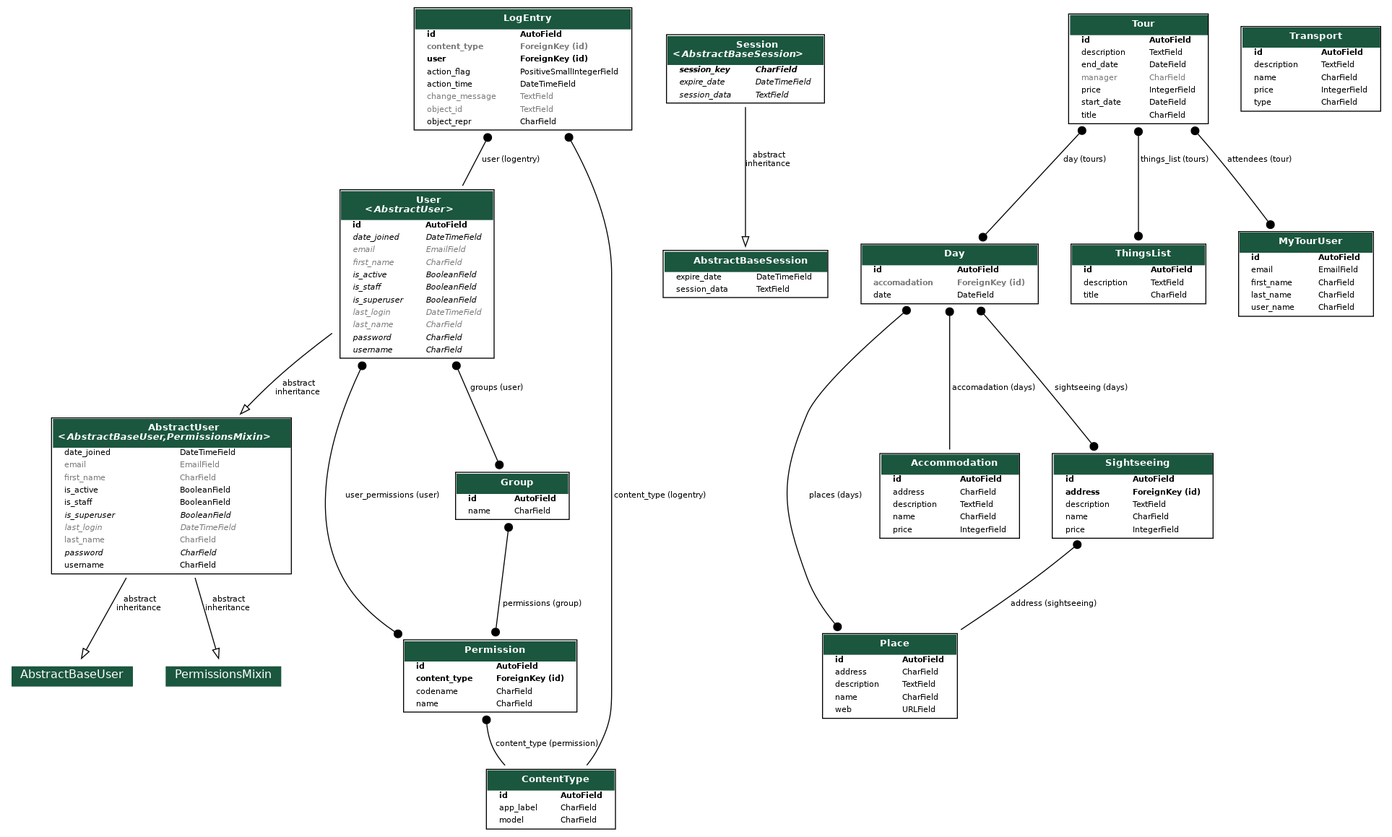
Earlier version of the Graphviz export mytour_website/myapp_models.png (wojti1728/mytour_website). Its source is kept beside it as mytour_website/myapp_models.dot.
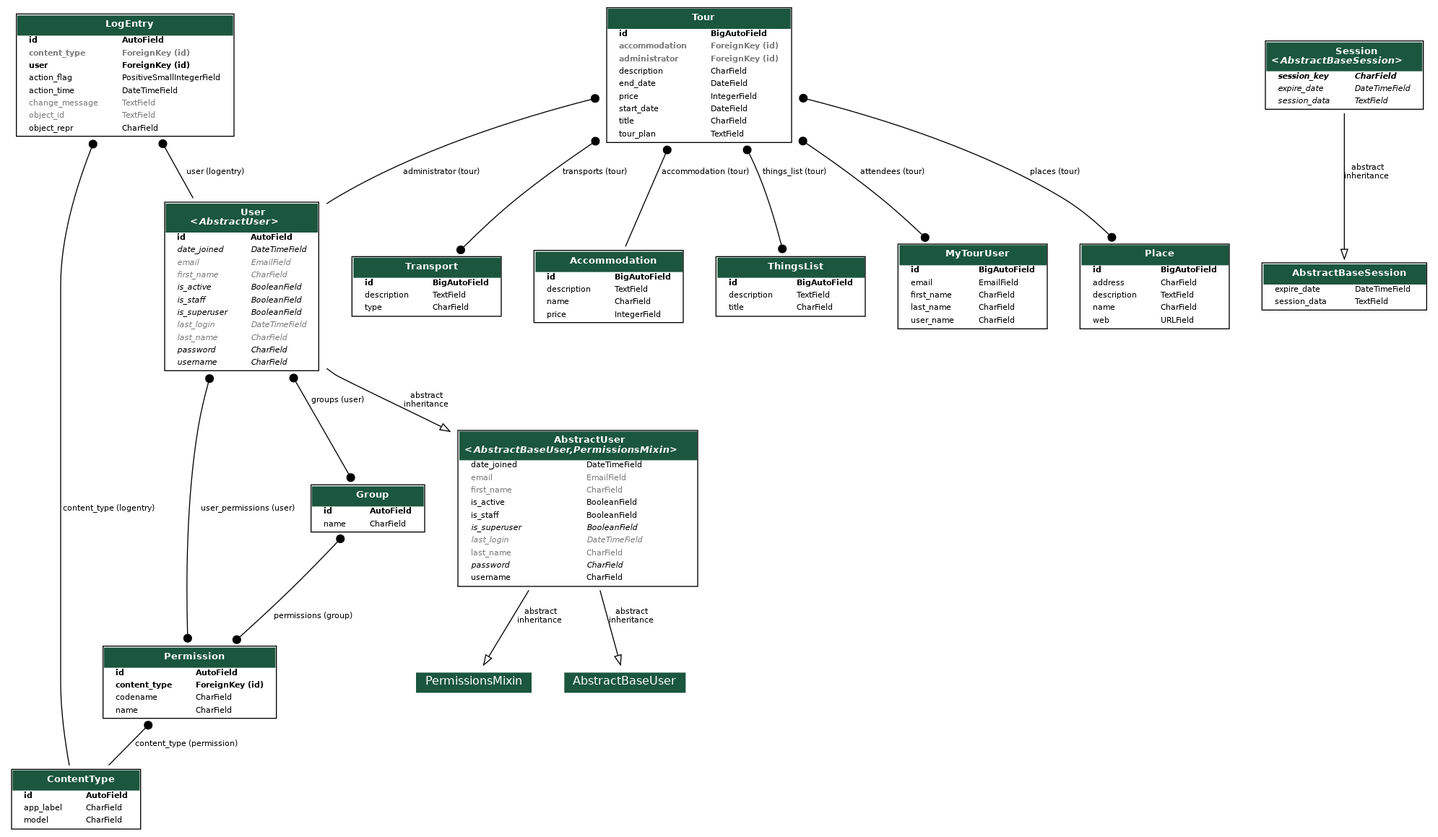
After the change.

The edit, as a diff of the source:
```diff
@@ -465,7 +465,7 @@
     <TR><TD ALIGN="LEFT" BORDER="0">
     <FONT FACE="Roboto"><B>id</B></FONT>
     </TD><TD ALIGN="LEFT">
-    <FONT FACE="Roboto"><B>AutoField</B></FONT>
+    <FONT FACE="Roboto"><B>BigAutoField</B></FONT>
     </TD></TR>
 
 
@@ -515,7 +515,7 @@
     <TR><TD ALIGN="LEFT" BORDER="0">
     <FONT FACE="Roboto"><B>id</B></FONT>
     </TD><TD ALIGN="LEFT">
-    <FONT FACE="Roboto"><B>AutoField</B></FONT>
+    <FONT FACE="Roboto"><B>BigAutoField</B></FONT>
     </TD></TR>
 
 
@@ -529,6 +529,40 @@
 
 
     <TR><TD ALIGN="LEFT" BORDER="0">
+    <FONT FACE="Roboto">type</FONT>
+    </TD><TD ALIGN="LEFT">
+    <FONT FACE="Roboto">CharField</FONT>
+    </TD></TR>
+
+
+    </TABLE>
+    >]
+
+  tours_models_Accommodation [label=<
+    <TABLE BGCOLOR="white" BORDER="1" CELLBORDER="0" CELLSPACING="0">
+    <TR><TD COLSPAN="2" CELLPADDING="5" ALIGN="CENTER" BGCOLOR="#1b563f">
+    <FONT FACE="Roboto" COLOR="white" POINT-SIZE="10"><B>
+    Accommodation
+    </B></FONT></TD></TR>
+
+
+    <TR><TD ALIGN="LEFT" BORDER="0">
+    <FONT FACE="Roboto"><B>id</B></FONT>
+    </TD><TD ALIGN="LEFT">
+    <FONT FACE="Roboto"><B>BigAutoField</B></FONT>
+    </TD></TR>
+
+
+
+    <TR><TD ALIGN="LEFT" BORDER="0">
+    <FONT FACE="Roboto">description</FONT>
+    </TD><TD ALIGN="LEFT">
+    <FONT FACE="Roboto">TextField</FONT>
+    </TD></TR>
+
+
+
+    <TR><TD ALIGN="LEFT" BORDER="0">
     <FONT FACE="Roboto">name</FONT>
     </TD><TD ALIGN="LEFT">
     <FONT FACE="Roboto">CharField</FONT>
@@ -543,37 +577,21 @@
     </TD></TR>
 
 
-
-    <TR><TD ALIGN="LEFT" BORDER="0">
-    <FONT FACE="Roboto">type</FONT>
-    </TD><TD ALIGN="LEFT">
-    <FONT FACE="Roboto">CharField</FONT>
-    </TD></TR>
-
-
-    </TABLE>
-    >]
-
-  tours_models_Accommodation [label=<
-    <TABLE BGCOLOR="white" BORDER="1" CELLBORDER="0" CELLSPACING="0">
-    <TR><TD COLSPAN="2" CELLPADDING="5" ALIGN="CENTER" BGCOLOR="#1b563f">
-    <FONT FACE="Roboto" COLOR="white" POINT-SIZE="10"><B>
-    Accommodation
-    </B></FONT></TD></TR>
-
-
-    <TR><TD ALIGN="LEFT" BORDER="0">
-    <FONT FACE="Roboto"><B>id</B></FONT>
-    </TD><TD ALIGN="LEFT">
-    <FONT FACE="Roboto"><B>AutoField</B></FONT>
-    </TD></TR>
-
-
-
-    <TR><TD ALIGN="LEFT" BORDER="0">
-    <FONT FACE="Roboto">address</FONT>
-    </TD><TD ALIGN="LEFT">
-    <FONT FACE="Roboto">CharField</FONT>
+    </TABLE>
+    >]
+
+  tours_models_ThingsList [label=<
+    <TABLE BGCOLOR="white" BORDER="1" CELLBORDER="0" CELLSPACING="0">
+    <TR><TD COLSPAN="2" CELLPADDING="5" ALIGN="CENTER" BGCOLOR="#1b563f">
+    <FONT FACE="Roboto" COLOR="white" POINT-SIZE="10"><B>
+    ThingsList
+    </B></FONT></TD></TR>
+
+
+    <TR><TD ALIGN="LEFT" BORDER="0">
+    <FONT FACE="Roboto"><B>id</B></FONT>
+    </TD><TD ALIGN="LEFT">
+    <FONT FACE="Roboto"><B>BigAutoField</B></FONT>
     </TD></TR>
 
 
@@ -587,9 +605,109 @@
 
 
     <TR><TD ALIGN="LEFT" BORDER="0">
-    <FONT FACE="Roboto">name</FONT>
-    </TD><TD ALIGN="LEFT">
-    <FONT FACE="Roboto">CharField</FONT>
+    <FONT FACE="Roboto">title</FONT>
+    </TD><TD ALIGN="LEFT">
+    <FONT FACE="Roboto">CharField</FONT>
+    </TD></TR>
+
+
+    </TABLE>
+    >]
+
+  tours_models_MyTourUser [label=<
+    <TABLE BGCOLOR="white" BORDER="1" CELLBORDER="0" CELLSPACING="0">
+    <TR><TD COLSPAN="2" CELLPADDING="5" ALIGN="CENTER" BGCOLOR="#1b563f">
+    <FONT FACE="Roboto" COLOR="white" POINT-SIZE="10"><B>
+    MyTourUser
+    </B></FONT></TD></TR>
+
+
+    <TR><TD ALIGN="LEFT" BORDER="0">
+    <FONT FACE="Roboto"><B>id</B></FONT>
+    </TD><TD ALIGN="LEFT">
+    <FONT FACE="Roboto"><B>BigAutoField</B></FONT>
+    </TD></TR>
+
+
+
+    <TR><TD ALIGN="LEFT" BORDER="0">
+    <FONT FACE="Roboto">email</FONT>
+    </TD><TD ALIGN="LEFT">
+    <FONT FACE="Roboto">EmailField</FONT>
+    </TD></TR>
+
+
+
+    <TR><TD ALIGN="LEFT" BORDER="0">
+    <FONT FACE="Roboto">first_name</FONT>
+    </TD><TD ALIGN="LEFT">
+    <FONT FACE="Roboto">CharField</FONT>
+    </TD></TR>
+
+
+
+    <TR><TD ALIGN="LEFT" BORDER="0">
+    <FONT FACE="Roboto">last_name</FONT>
+    </TD><TD ALIGN="LEFT">
+    <FONT FACE="Roboto">CharField</FONT>
+    </TD></TR>
+
+
+
+    <TR><TD ALIGN="LEFT" BORDER="0">
+    <FONT FACE="Roboto">user_name</FONT>
+    </TD><TD ALIGN="LEFT">
+    <FONT FACE="Roboto">CharField</FONT>
+    </TD></TR>
+
+
+    </TABLE>
+    >]
+
+  tours_models_Tour [label=<
+    <TABLE BGCOLOR="white" BORDER="1" CELLBORDER="0" CELLSPACING="0">
+    <TR><TD COLSPAN="2" CELLPADDING="5" ALIGN="CENTER" BGCOLOR="#1b563f">
+    <FONT FACE="Roboto" COLOR="white" POINT-SIZE="10"><B>
+    Tour
+    </B></FONT></TD></TR>
+
+
+    <TR><TD ALIGN="LEFT" BORDER="0">
+    <FONT FACE="Roboto"><B>id</B></FONT>
+    </TD><TD ALIGN="LEFT">
+    <FONT FACE="Roboto"><B>BigAutoField</B></FONT>
+    </TD></TR>
+
+
+
+    <TR><TD ALIGN="LEFT" BORDER="0">
+    <FONT COLOR="#7B7B7B" FACE="Roboto"><B>accommodation</B></FONT>
+    </TD><TD ALIGN="LEFT">
+    <FONT COLOR="#7B7B7B" FACE="Roboto"><B>ForeignKey (id)</B></FONT>
+    </TD></TR>
+
+
+
+    <TR><TD ALIGN="LEFT" BORDER="0">
+    <FONT COLOR="#7B7B7B" FACE="Roboto"><B>administrator</B></FONT>
+    </TD><TD ALIGN="LEFT">
+    <FONT COLOR="#7B7B7B" FACE="Roboto"><B>ForeignKey (id)</B></FONT>
+    </TD></TR>
+
+
+
+    <TR><TD ALIGN="LEFT" BORDER="0">
+    <FONT FACE="Roboto">description</FONT>
+    </TD><TD ALIGN="LEFT">
+    <FONT FACE="Roboto">CharField</FONT>
+    </TD></TR>
+
+
+
+    <TR><TD ALIGN="LEFT" BORDER="0">
+    <FONT FACE="Roboto">end_date</FONT>
+    </TD><TD ALIGN="LEFT">
+    <FONT FACE="Roboto">DateField</FONT>
     </TD></TR>
 
 
@@ -601,237 +719,27 @@
     </TD></TR>
 
 
-    </TABLE>
-    >]
-
-  tours_models_Sightseeing [label=<
-    <TABLE BGCOLOR="white" BORDER="1" CELLBORDER="0" CELLSPACING="0">
-    <TR><TD COLSPAN="2" CELLPADDING="5" ALIGN="CENTER" BGCOLOR="#1b563f">
-    <FONT FACE="Roboto" COLOR="white" POINT-SIZE="10"><B>
-    Sightseeing
-    </B></FONT></TD></TR>
-
-
-    <TR><TD ALIGN="LEFT" BORDER="0">
-    <FONT FACE="Roboto"><B>id</B></FONT>
-    </TD><TD ALIGN="LEFT">
-    <FONT FACE="Roboto"><B>AutoField</B></FONT>
-    </TD></TR>
-
-
-
-    <TR><TD ALIGN="LEFT" BORDER="0">
-    <FONT FACE="Roboto"><B>address</B></FONT>
-    </TD><TD ALIGN="LEFT">
-    <FONT FACE="Roboto"><B>ForeignKey (id)</B></FONT>
-    </TD></TR>
-
-
-
-    <TR><TD ALIGN="LEFT" BORDER="0">
-    <FONT FACE="Roboto">description</FONT>
+
+    <TR><TD ALIGN="LEFT" BORDER="0">
+    <FONT FACE="Roboto">start_date</FONT>
+    </TD><TD ALIGN="LEFT">
+    <FONT FACE="Roboto">DateField</FONT>
+    </TD></TR>
+
+
+
+    <TR><TD ALIGN="LEFT" BORDER="0">
+    <FONT FACE="Roboto">title</FONT>
+    </TD><TD ALIGN="LEFT">
+    <FONT FACE="Roboto">CharField</FONT>
+    </TD></TR>
+
+
+
+    <TR><TD ALIGN="LEFT" BORDER="0">
+    <FONT FACE="Roboto">tour_plan</FONT>
     </TD><TD ALIGN="LEFT">
     <FONT FACE="Roboto">TextField</FONT>
-    </TD></TR>
-
-
-
-    <TR><TD ALIGN="LEFT" BORDER="0">
-    <FONT FACE="Roboto">name</FONT>
-    </TD><TD ALIGN="LEFT">
-    <FONT FACE="Roboto">CharField</FONT>
-    </TD></TR>
-
-
-
-    <TR><TD ALIGN="LEFT" BORDER="0">
-    <FONT FACE="Roboto">price</FONT>
-    </TD><TD ALIGN="LEFT">
-    <FONT FACE="Roboto">IntegerField</FONT>
-    </TD></TR>
-
-
-    </TABLE>
-    >]
-
-  tours_models_Day [label=<
-    <TABLE BGCOLOR="white" BORDER="1" CELLBORDER="0" CELLSPACING="0">
-    <TR><TD COLSPAN="2" CELLPADDING="5" ALIGN="CENTER" BGCOLOR="#1b563f">
-    <FONT FACE="Roboto" COLOR="white" POINT-SIZE="10"><B>
-    Day
-    </B></FONT></TD></TR>
-
-
-    <TR><TD ALIGN="LEFT" BORDER="0">
-    <FONT FACE="Roboto"><B>id</B></FONT>
-    </TD><TD ALIGN="LEFT">
-    <FONT FACE="Roboto"><B>AutoField</B></FONT>
-    </TD></TR>
-
-
-
-    <TR><TD ALIGN="LEFT" BORDER="0">
-    <FONT COLOR="#7B7B7B" FACE="Roboto"><B>accomadation</B></FONT>
-    </TD><TD ALIGN="LEFT">
-    <FONT COLOR="#7B7B7B" FACE="Roboto"><B>ForeignKey (id)</B></FONT>
-    </TD></TR>
-
-
-
-    <TR><TD ALIGN="LEFT" BORDER="0">
-    <FONT FACE="Roboto">date</FONT>
-    </TD><TD ALIGN="LEFT">
-    <FONT FACE="Roboto">DateField</FONT>
-    </TD></TR>
-
-
-    </TABLE>
-    >]
-
-  tours_models_ThingsList [label=<
-    <TABLE BGCOLOR="white" BORDER="1" CELLBORDER="0" CELLSPACING="0">
-    <TR><TD COLSPAN="2" CELLPADDING="5" ALIGN="CENTER" BGCOLOR="#1b563f">
-    <FONT FACE="Roboto" COLOR="white" POINT-SIZE="10"><B>
-    ThingsList
-    </B></FONT></TD></TR>
-
-
-    <TR><TD ALIGN="LEFT" BORDER="0">
-    <FONT FACE="Roboto"><B>id</B></FONT>
-    </TD><TD ALIGN="LEFT">
-    <FONT FACE="Roboto"><B>AutoField</B></FONT>
-    </TD></TR>
-
-
-
-    <TR><TD ALIGN="LEFT" BORDER="0">
-    <FONT FACE="Roboto">description</FONT>
-    </TD><TD ALIGN="LEFT">
-    <FONT FACE="Roboto">TextField</FONT>
-    </TD></TR>
-
-
-
-    <TR><TD ALIGN="LEFT" BORDER="0">
-    <FONT FACE="Roboto">title</FONT>
-    </TD><TD ALIGN="LEFT">
-    <FONT FACE="Roboto">CharField</FONT>
-    </TD></TR>
-
-
-    </TABLE>
-    >]
-
-  tours_models_MyTourUser [label=<
-    <TABLE BGCOLOR="white" BORDER="1" CELLBORDER="0" CELLSPACING="0">
-    <TR><TD COLSPAN="2" CELLPADDING="5" ALIGN="CENTER" BGCOLOR="#1b563f">
-    <FONT FACE="Roboto" COLOR="white" POINT-SIZE="10"><B>
-    MyTourUser
-    </B></FONT></TD></TR>
-
-
-    <TR><TD ALIGN="LEFT" BORDER="0">
-    <FONT FACE="Roboto"><B>id</B></FONT>
-    </TD><TD ALIGN="LEFT">
-    <FONT FACE="Roboto"><B>AutoField</B></FONT>
-    </TD></TR>
-
-
-
-    <TR><TD ALIGN="LEFT" BORDER="0">
-    <FONT FACE="Roboto">email</FONT>
-    </TD><TD ALIGN="LEFT">
-    <FONT FACE="Roboto">EmailField</FONT>
-    </TD></TR>
-
-
-
-    <TR><TD ALIGN="LEFT" BORDER="0">
-    <FONT FACE="Roboto">first_name</FONT>
-    </TD><TD ALIGN="LEFT">
-    <FONT FACE="Roboto">CharField</FONT>
-    </TD></TR>
-
-
-
-    <TR><TD ALIGN="LEFT" BORDER="0">
-    <FONT FACE="Roboto">last_name</FONT>
-    </TD><TD ALIGN="LEFT">
-    <FONT FACE="Roboto">CharField</FONT>
-    </TD></TR>
-
-
-
-    <TR><TD ALIGN="LEFT" BORDER="0">
-    <FONT FACE="Roboto">user_name</FONT>
-    </TD><TD ALIGN="LEFT">
-    <FONT FACE="Roboto">CharField</FONT>
-    </TD></TR>
-
-
-    </TABLE>
-    >]
-
-  tours_models_Tour [label=<
-    <TABLE BGCOLOR="white" BORDER="1" CELLBORDER="0" CELLSPACING="0">
-    <TR><TD COLSPAN="2" CELLPADDING="5" ALIGN="CENTER" BGCOLOR="#1b563f">
-    <FONT FACE="Roboto" COLOR="white" POINT-SIZE="10"><B>
-    Tour
-    </B></FONT></TD></TR>
-
-
-    <TR><TD ALIGN="LEFT" BORDER="0">
-    <FONT FACE="Roboto"><B>id</B></FONT>
-    </TD><TD ALIGN="LEFT">
-    <FONT FACE="Roboto"><B>AutoField</B></FONT>
-    </TD></TR>
-
-
-
-    <TR><TD ALIGN="LEFT" BORDER="0">
-    <FONT FACE="Roboto">description</FONT>
-    </TD><TD ALIGN="LEFT">
-    <FONT FACE="Roboto">TextField</FONT>
-    </TD></TR>
-
-
-
-    <TR><TD ALIGN="LEFT" BORDER="0">
-    <FONT FACE="Roboto">end_date</FONT>
-    </TD><TD ALIGN="LEFT">
-    <FONT FACE="Roboto">DateField</FONT>
-    </TD></TR>
-
-
-
-    <TR><TD ALIGN="LEFT" BORDER="0">
-    <FONT COLOR="#7B7B7B" FACE="Roboto">manager</FONT>
-    </TD><TD ALIGN="LEFT">
-    <FONT COLOR="#7B7B7B" FACE="Roboto">CharField</FONT>
-    </TD></TR>
-
-
-
-    <TR><TD ALIGN="LEFT" BORDER="0">
-    <FONT FACE="Roboto">price</FONT>
-    </TD><TD ALIGN="LEFT">
-    <FONT FACE="Roboto">IntegerField</FONT>
-    </TD></TR>
-
-
-
-    <TR><TD ALIGN="LEFT" BORDER="0">
-    <FONT FACE="Roboto">start_date</FONT>
-    </TD><TD ALIGN="LEFT">
-    <FONT FACE="Roboto">DateField</FONT>
-    </TD></TR>
-
-
-
-    <TR><TD ALIGN="LEFT" BORDER="0">
-    <FONT FACE="Roboto">title</FONT>
-    </TD><TD ALIGN="LEFT">
-    <FONT FACE="Roboto">CharField</FONT>
     </TD></TR>
 
 
@@ -888,26 +796,23 @@
   [label=" abstract\ninheritance"] [arrowhead=empty, arrowtail=none, dir=both];
 
 
-  tours_models_Sightseeing -> tours_models_Place
-  [label=" address (sightseeing)"] [arrowhead=none, arrowtail=dot, dir=both];
-
-  tours_models_Day -> tours_models_Accommodation
-  [label=" accomadation (days)"] [arrowhead=none, arrowtail=dot, dir=both];
-
-  tours_models_Day -> tours_models_Place
-  [label=" places (days)"] [arrowhead=dot arrowtail=dot, dir=both];
-
-  tours_models_Day -> tours_models_Sightseeing
-  [label=" sightseeing (days)"] [arrowhead=dot arrowtail=dot, dir=both];
+  tours_models_Tour -> django_contrib_auth_models_User
+  [label=" administrator (tour)"] [arrowhead=none, arrowtail=dot, dir=both];
+
+  tours_models_Tour -> tours_models_Accommodation
+  [label=" accommodation (tour)"] [arrowhead=none, arrowtail=dot, dir=both];
+
+  tours_models_Tour -> tours_models_Transport
+  [label=" transports (tour)"] [arrowhead=dot arrowtail=dot, dir=both];
 
   tours_models_Tour -> tours_models_MyTourUser
   [label=" attendees (tour)"] [arrowhead=dot arrowtail=dot, dir=both];
 
-  tours_models_Tour -> tours_models_Day
-  [label=" day (tours)"] [arrowhead=dot arrowtail=dot, dir=both];
+  tours_models_Tour -> tours_models_Place
+  [label=" places (tour)"] [arrowhead=dot arrowtail=dot, dir=both];
 
   tours_models_Tour -> tours_models_ThingsList
-  [label=" things_list (tours)"] [arrowhead=dot arrowtail=dot, dir=both];
+  [label=" things_list (tour)"] [arrowhead=dot arrowtail=dot, dir=both];
 
 
 }
```
